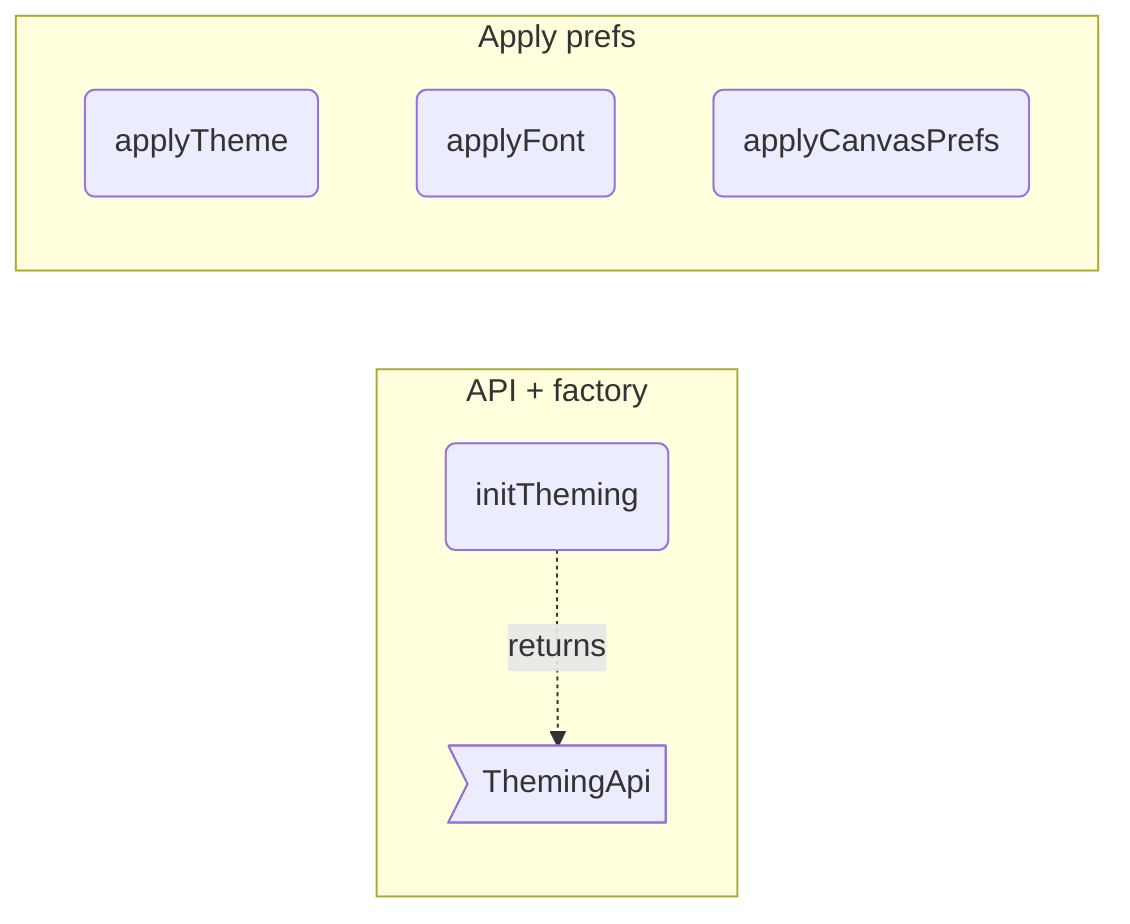
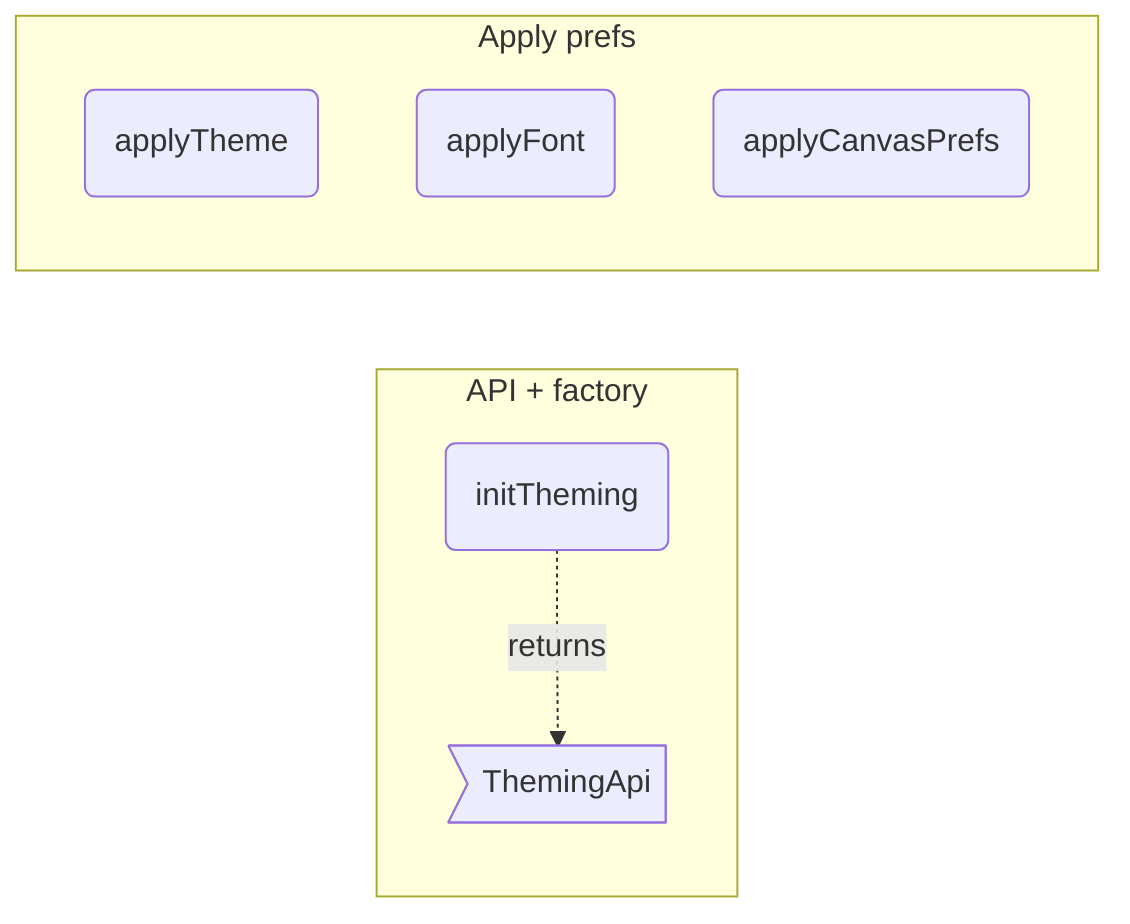
flowchart LR
%% root theming

%% src ThemingApi src/panel/theming.ts#ThemingApi
%% kind ThemingApi type
%% fm:meta ThemingApi name=ThemingApi
%% fm:meta ThemingApi desc=public surface: applyTheme, applyFont, applyCanvasPrefs

%% src initTheming src/panel/theming.ts#initTheming
%% kind initTheming function
%% fm:meta initTheming name=initTheming
%% fm:meta initTheming desc=build the prefs-to-visuals applier bound to ctx
%% fm:meta initTheming i0.name=initTheming
%% fm:meta initTheming i0.accepts=ctx: AppContext
%% fm:meta initTheming i0.returns=ThemingApi

%% src applyTheme src/panel/theming.ts#applyTheme
%% kind applyTheme function
%% fm:meta applyTheme name=applyTheme
%% fm:meta applyTheme desc=set theme CSS variables, persist, mark the active chip, optionally re-render
%% fm:meta applyTheme i0.name=applyTheme
%% fm:meta applyTheme i0.accepts=key: string
%% fm:meta applyTheme i0.accepts=doRender: unknown
%% fm:meta applyTheme i0.returns=void

%% src applyFont src/panel/theming.ts#applyFont
%% kind applyFont function
%% fm:meta applyFont name=applyFont
- %% fm:meta applyFont desc=set the node font stack CSS variable and persist
+ %% fm:meta applyFont desc=apply a font choice app-wide from the single FONTS source: sets --node-font (legacy canvas) and --uf-font (the primary surface consumes it with the current stack as fallback), persists the pref
%% fm:meta applyFont i0.name=applyFont
%% fm:meta applyFont i0.accepts=key: string
%% fm:meta applyFont i0.returns=void

%% src applyCanvasPrefs src/panel/theming.ts#applyCanvasPrefs
%% kind applyCanvasPrefs function
%% fm:meta applyCanvasPrefs name=applyCanvasPrefs
%% fm:meta applyCanvasPrefs desc=apply grid, snap, minimap and card width prefs, then refresh the camera
%% fm:meta applyCanvasPrefs i0.name=applyCanvasPrefs
%% fm:meta applyCanvasPrefs i0.returns=void

%% parent th_api theming
%% parent th_apply theming

  subgraph th_api ["API + factory"]
    ThemingApi>"ThemingApi"]
    initTheming("initTheming")
  end
  subgraph th_apply ["Apply prefs"]
    applyTheme("applyTheme")
    applyFont("applyFont")
    applyCanvasPrefs("applyCanvasPrefs")
  end

  initTheming -.->|returns| ThemingApi
